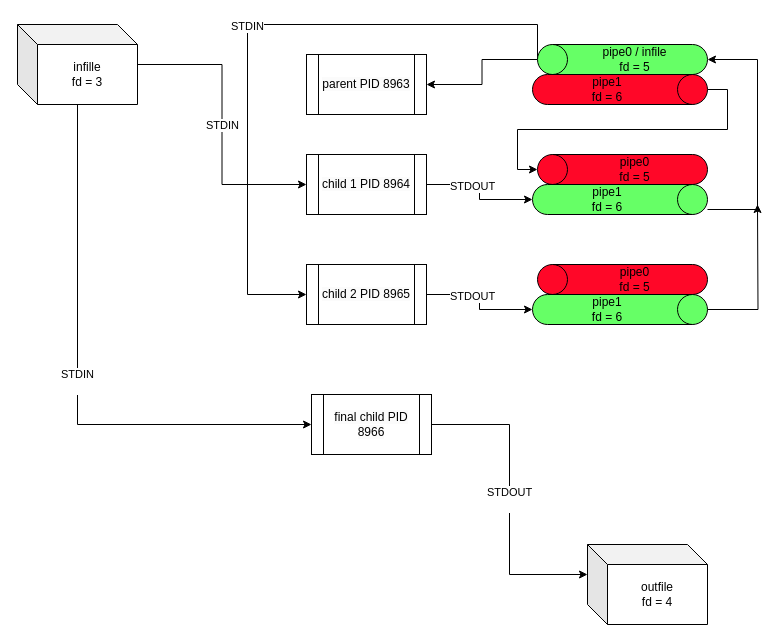
Above: resources/ejecucion_3cmd_fail1.drawio in odruke/pipex (draw.io), before the change. Source tidied: cells renumbered, new cells numbered last; positions are measured from the earlier drawing's top-left corner, leaving out a move shared by most shapes. Both pictures are drawn from the tidied source at 100%, with x=0, y=0 at pixel (17, 24).
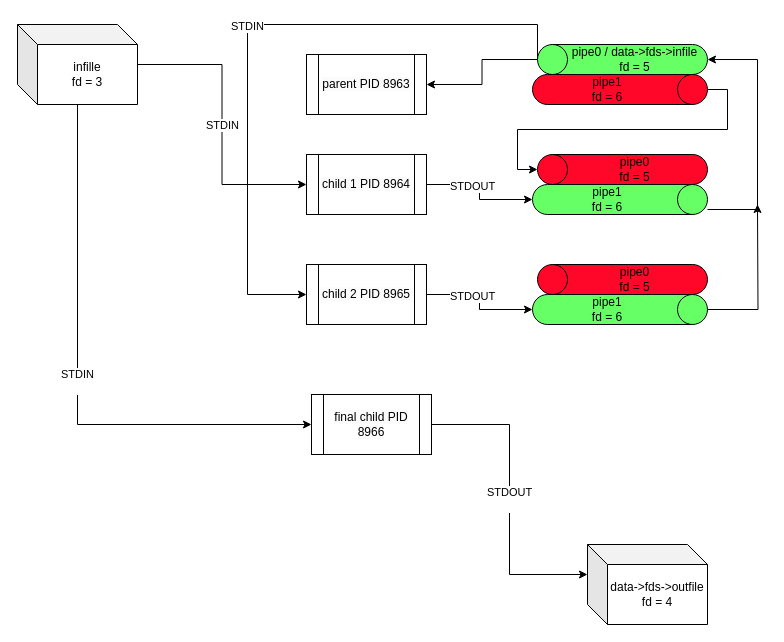
Above is the later version.

What changed in the source:
```diff
@@
-    <mxCell id="4" value="pipe0 / infile&lt;div&gt;fd = 5&lt;/div&gt;" style="shape=cylinder3;whiteSpace=wrap;html=1;boundedLbl=1;backgroundOutline=1;size=15;direction=north;fillColor=light-dark(#66FF66,var(--ge-dark-color, #121212));" parent="1" vertex="1">
+    <mxCell id="4" value="pipe0 / data-&gt;fds-&gt;infile&lt;div&gt;fd = 5&lt;/div&gt;" style="shape=cylinder3;whiteSpace=wrap;html=1;boundedLbl=1;backgroundOutline=1;size=15;direction=north;fillColor=light-dark(#66FF66,var(--ge-dark-color, #121212));" parent="1" vertex="1">
       <mxGeometry x="520" y="20" width="170" height="30" as="geometry" />
     </mxCell>
@@
-    <mxCell id="8" value="outfile&lt;div&gt;fd = 4&lt;/div&gt;" style="shape=cube;whiteSpace=wrap;html=1;boundedLbl=1;backgroundOutline=1;darkOpacity=0.05;darkOpacity2=0.1;" parent="1" vertex="1">
+    <mxCell id="8" value="data-&gt;fds-&gt;outfile&lt;div&gt;fd = 4&lt;/div&gt;" style="shape=cube;whiteSpace=wrap;html=1;boundedLbl=1;backgroundOutline=1;darkOpacity=0.05;darkOpacity2=0.1;" parent="1" vertex="1">
       <mxGeometry x="570" y="520" width="120" height="80" as="geometry" />
     </mxCell>
```
